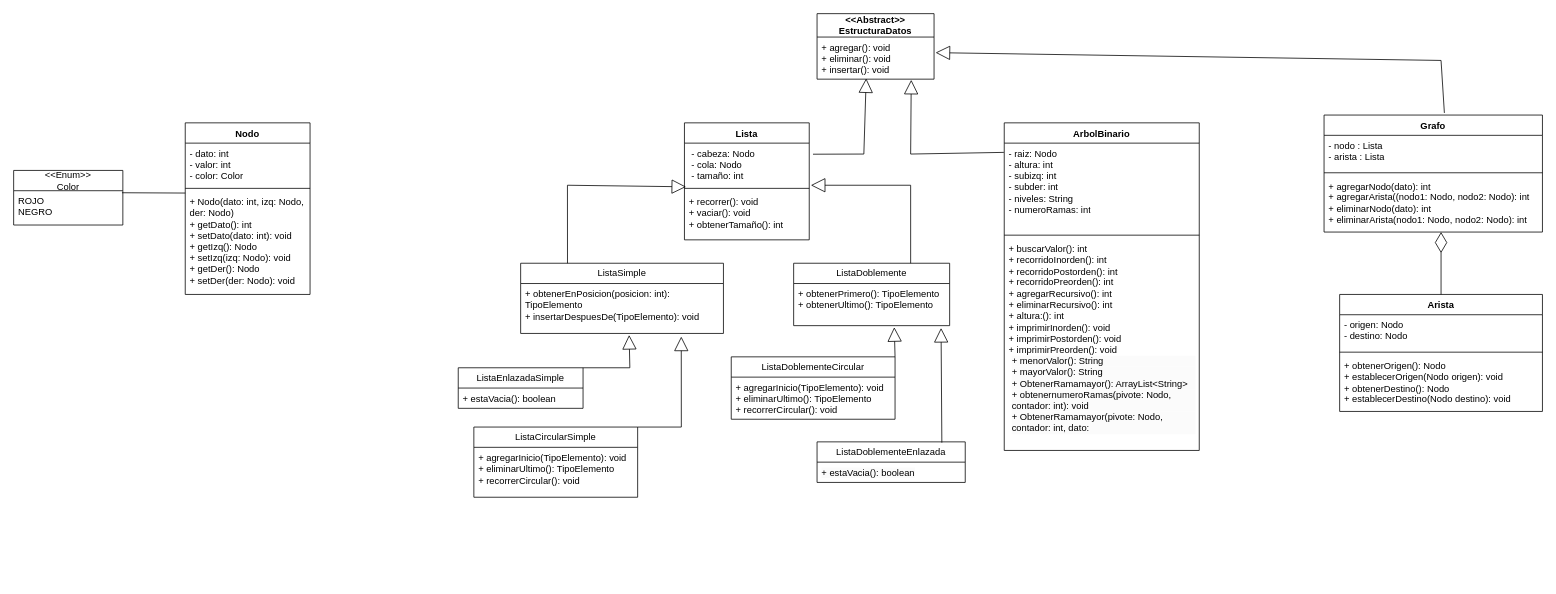
Above: ACD - Estructuras de datos.drawio in Nikooll/ACD---Estructuras-de-datos (draw.io), before the change. Source tidied: cells renumbered, new cells numbered last; positions are measured from the earlier drawing's top-left corner, leaving out a move shared by most shapes. Both pictures are drawn from the tidied source at 78%, with x=0, y=0 at pixel (13, 13).
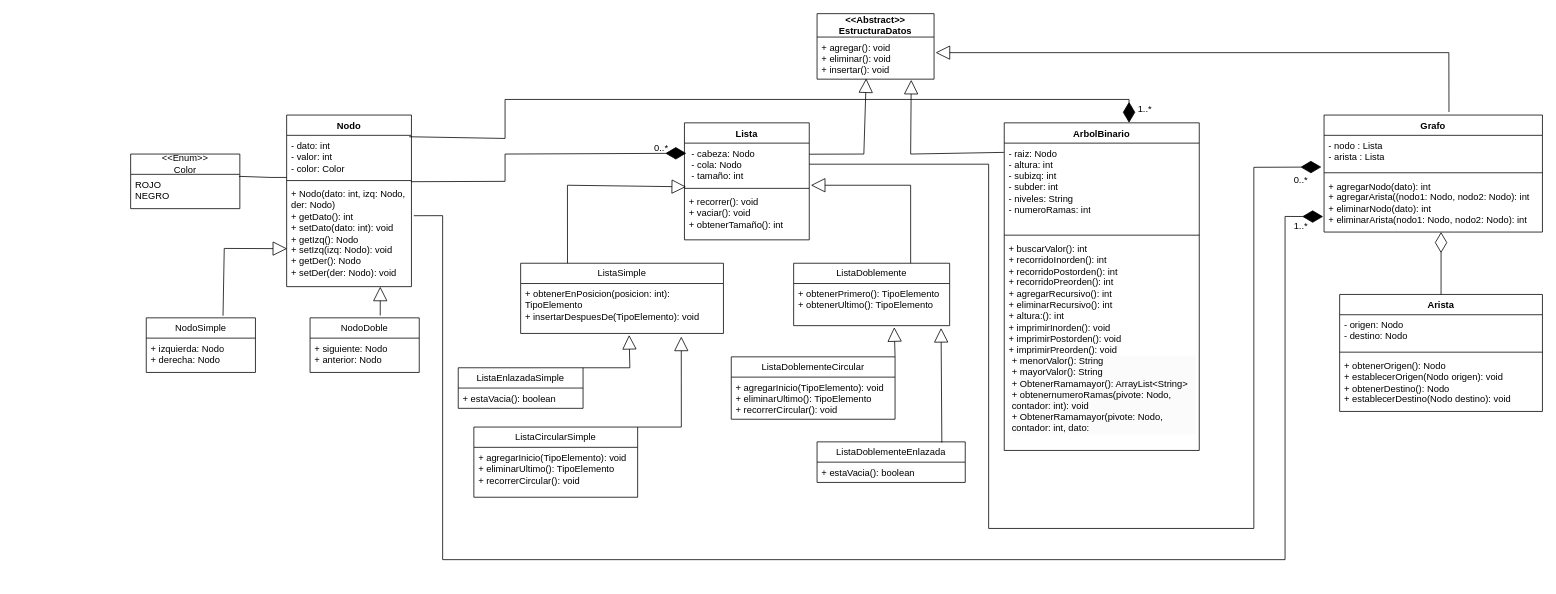
The same page after the edit.

Unchanged cells that the change refers to:
```xml
<mxCell id="9" value="&amp;nbsp;- cabeza: Nodo&lt;br&gt;&lt;div&gt;&amp;nbsp;- cola: Nodo&amp;nbsp;&lt;/div&gt;&lt;div&gt;&amp;nbsp;- tamaño: int&amp;nbsp; &lt;/div&gt;" style="text;strokeColor=none;fillColor=none;align=left;verticalAlign=top;spacingLeft=4;spacingRight=4;overflow=hidden;points=[[0,0.5],[1,0.5]];portConstraint=eastwest;whiteSpace=wrap;html=1;" parent="8" vertex="1">
  <mxGeometry y="26" width="160" height="54" as="geometry" />
</mxCell>
<mxCell id="32" value="Grafo" style="swimlane;fontStyle=1;align=center;verticalAlign=top;horizontal=1;startSize=26;whiteSpace=wrap;html=1;" parent="1" vertex="1">
  <mxGeometry x="1680" y="130" width="280" height="150" as="geometry" />
</mxCell>
<mxCell id="33" value="- nodo : Lista&lt;br&gt;- arista : Lista" style="text;strokeColor=none;fillColor=none;align=left;verticalAlign=top;spacingLeft=4;spacingRight=4;overflow=hidden;points=[[0,0.5],[1,0.5]];portConstraint=eastwest;whiteSpace=wrap;html=1;" parent="32" vertex="1">
  <mxGeometry y="26" width="280" height="44" as="geometry" />
</mxCell>
<mxCell id="35" value="+ agregarNodo(dato): int&lt;br&gt;+ agregarArista((nodo1: Nodo, nodo2: Nodo): int&lt;br&gt;+ eliminarNodo(dato): int&lt;br&gt;+ eliminarArista(nodo1: Nodo, nodo2: Nodo): int" style="text;strokeColor=none;fillColor=none;align=left;verticalAlign=top;spacingLeft=4;spacingRight=4;overflow=hidden;points=[[0,0.5],[1,0.5]];portConstraint=eastwest;whiteSpace=wrap;html=1;" parent="32" vertex="1">
  <mxGeometry y="78" width="280" height="72" as="geometry" />
</mxCell>
<mxCell id="43" value="- dato: int &lt;br&gt;- valor: int&lt;br&gt;- color: Color&lt;div&gt;&lt;br/&gt;&lt;/div&gt;" style="text;strokeColor=none;fillColor=none;align=left;verticalAlign=top;spacingLeft=4;spacingRight=4;overflow=hidden;points=[[0,0.5],[1,0.5]];portConstraint=eastwest;whiteSpace=wrap;html=1;" parent="42" vertex="1">
  <mxGeometry y="26" width="160" height="54" as="geometry" />
</mxCell>
<mxCell id="45" value="+ Nodo(dato: int, izq: Nodo, der: Nodo)&lt;br/&gt;+ getDato(): int&lt;br/&gt;+ setDato(dato: int): void&lt;br/&gt;+ getIzq(): Nodo&lt;br/&gt;+ setIzq(izq: Nodo): void&lt;br/&gt;+ getDer(): Nodo&lt;br/&gt;+ setDer(der: Nodo): void" style="text;strokeColor=none;fillColor=none;align=left;verticalAlign=top;spacingLeft=4;spacingRight=4;overflow=hidden;points=[[0,0.5],[1,0.5]];portConstraint=eastwest;whiteSpace=wrap;html=1;" parent="42" vertex="1">
  <mxGeometry y="88" width="160" height="132" as="geometry" />
</mxCell>
<mxCell id="47" value="&lt;div&gt;ROJO&lt;/div&gt;&lt;div&gt;NEGRO&lt;br&gt;&lt;/div&gt;" style="text;strokeColor=none;fillColor=none;align=left;verticalAlign=top;spacingLeft=4;spacingRight=4;overflow=hidden;points=[[0,0.5],[1,0.5]];portConstraint=eastwest;whiteSpace=wrap;html=1;" parent="46" vertex="1">
  <mxGeometry y="26" width="140" height="44" as="geometry" />
</mxCell>
```

Change to the diagram source:
```diff
@@
-    <mxCell id="30" style="endArrow=block;endSize=16;endFill=0;html=1;rounded=0;exitX=1.03;exitY=0.263;exitDx=0;exitDy=0;exitPerimeter=0;" parent="1" edge="1" source="9">
+    <mxCell id="30" style="endArrow=block;endSize=16;endFill=0;html=1;rounded=0;exitX=1.001;exitY=0.263;exitDx=0;exitDy=0;exitPerimeter=0;" parent="1" edge="1" source="9">
       <mxGeometry relative="1" as="geometry">
         <mxPoint x="1093" y="83" as="targetPoint" />
         <Array as="points">
           <mxPoint x="1090" y="180" />
         </Array>
       </mxGeometry>
     </mxCell>
@@
-    <mxCell id="41" style="endArrow=block;endSize=16;endFill=0;html=1;rounded=0;exitX=0.551;exitY=-0.018;exitDx=0;exitDy=0;exitPerimeter=0;" parent="1" edge="1" source="32">
+    <mxCell id="41" style="endArrow=block;endSize=16;endFill=0;html=1;rounded=0;exitX=0.572;exitY=-0.026;exitDx=0;exitDy=0;exitPerimeter=0;" parent="1" edge="1" source="32">
       <mxGeometry relative="1" as="geometry">
         <mxPoint x="1182" y="50" as="targetPoint" />
         <Array as="points">
-          <mxPoint x="1830" y="60" />
+          <mxPoint x="1840" y="50" />
         </Array>
       </mxGeometry>
     </mxCell>
     <mxCell id="42" value="Nodo" style="swimlane;fontStyle=1;align=center;verticalAlign=top;horizontal=1;startSize=26;whiteSpace=wrap;html=1;" parent="1" vertex="1">
-      <mxGeometry x="220" y="140" width="160" height="220" as="geometry" />
+      <mxGeometry x="350" y="130" width="160" height="220" as="geometry" />
     </mxCell>
@@
     <mxCell id="46" value="&lt;div&gt;&lt;span lang=&quot;es&quot; class=&quot;BxUVEf ILfuVd&quot;&gt;&lt;span class=&quot;hgKElc&quot;&gt;&amp;lt;&lt;/span&gt;&lt;/span&gt;&lt;span lang=&quot;es&quot; class=&quot;BxUVEf ILfuVd&quot;&gt;&lt;span class=&quot;hgKElc&quot;&gt;&amp;lt;Enum&lt;/span&gt;&lt;/span&gt;&lt;span lang=&quot;es&quot; class=&quot;BxUVEf ILfuVd&quot;&gt;&lt;span class=&quot;hgKElc&quot;&gt;&amp;gt;&lt;/span&gt;&lt;/span&gt;&lt;span lang=&quot;es&quot; class=&quot;BxUVEf ILfuVd&quot;&gt;&lt;span class=&quot;hgKElc&quot;&gt;&amp;gt;&lt;/span&gt;&lt;/span&gt;&lt;/div&gt;&lt;span lang=&quot;es&quot; class=&quot;BxUVEf ILfuVd&quot;&gt;&lt;span class=&quot;hgKElc&quot;&gt;Color&lt;/span&gt;&lt;/span&gt;" style="swimlane;fontStyle=0;horizontal=1;startSize=26;fillColor=none;whiteSpace=wrap;html=1;" parent="1" vertex="1">
-      <mxGeometry y="201" width="140" height="70" as="geometry" />
+      <mxGeometry x="150" y="180" width="140" height="70" as="geometry" />
     </mxCell>
@@
     <mxCell id="48" style="endArrow=none;html=1;rounded=0;exitX=0.992;exitY=0.059;exitDx=0;exitDy=0;exitPerimeter=0;" parent="1" edge="1" source="47">
       <mxGeometry relative="1" as="geometry">
-        <mxPoint x="220" y="230" as="targetPoint" />
+        <mxPoint x="350" y="210" as="targetPoint" />
+        <Array as="points">
+          <mxPoint x="330" y="210" />
+        </Array>
       </mxGeometry>
     </mxCell>
+    <mxCell id="49" style="endArrow=diamondThin;endFill=1;endSize=24;html=1;rounded=0;entryX=0.015;entryY=0.241;entryDx=0;entryDy=0;entryPerimeter=0;exitX=0.997;exitY=1.101;exitDx=0;exitDy=0;exitPerimeter=0;" parent="1" edge="1" source="43" target="9">
+      <mxGeometry relative="1" as="geometry">
+        <Array as="points">
+          <mxPoint x="630" y="215" />
+          <mxPoint x="630" y="180" />
+        </Array>
+      </mxGeometry>
+    </mxCell>
+    <mxCell id="50" style="endArrow=diamondThin;endFill=1;endSize=24;html=1;rounded=0;exitX=0.982;exitY=0.034;exitDx=0;exitDy=0;exitPerimeter=0;" parent="1" edge="1" source="43">
+      <mxGeometry relative="1" as="geometry">
+        <mxPoint x="1430" y="140" as="targetPoint" />
+        <Array as="points">
+          <mxPoint x="630" y="160" />
+          <mxPoint x="630" y="110" />
+          <mxPoint x="1430" y="110" />
+        </Array>
+      </mxGeometry>
+    </mxCell>
+    <mxCell id="51" value="NodoDoble" style="swimlane;fontStyle=0;horizontal=1;startSize=26;fillColor=none;whiteSpace=wrap;html=1;" parent="1" vertex="1">
+      <mxGeometry x="380" y="390" width="140" height="70" as="geometry" />
+    </mxCell>
+    <mxCell id="52" value="+ siguiente: Nodo&lt;br&gt;+ anterior: Nodo" style="text;strokeColor=none;fillColor=none;align=left;verticalAlign=top;spacingLeft=4;spacingRight=4;overflow=hidden;whiteSpace=wrap;html=1;" parent="51" vertex="1">
+      <mxGeometry y="26" width="140" height="44" as="geometry" />
+    </mxCell>
+    <mxCell id="53" value="NodoSimple" style="swimlane;fontStyle=0;horizontal=1;startSize=26;fillColor=none;whiteSpace=wrap;html=1;" parent="1" vertex="1">
+      <mxGeometry x="170" y="390" width="140" height="70" as="geometry" />
+    </mxCell>
+    <mxCell id="54" value="+ izquierda: Nodo&lt;br&gt;+ derecha: Nodo" style="text;strokeColor=none;fillColor=none;align=left;verticalAlign=top;spacingLeft=4;spacingRight=4;overflow=hidden;whiteSpace=wrap;html=1;" parent="53" vertex="1">
+      <mxGeometry y="26" width="140" height="44" as="geometry" />
+    </mxCell>
+    <mxCell id="55" style="endArrow=block;endSize=16;endFill=0;html=1;rounded=0;entryX=0.75;entryY=1;entryDx=0;entryDy=0;" parent="1" edge="1" target="42">
+      <mxGeometry relative="1" as="geometry">
+        <mxPoint x="470" y="387" as="sourcePoint" />
+      </mxGeometry>
+    </mxCell>
+    <mxCell id="56" style="endArrow=block;endSize=16;endFill=0;html=1;rounded=0;exitX=0.703;exitY=-0.039;exitDx=0;exitDy=0;entryX=0.004;entryY=0.631;entryDx=0;entryDy=0;entryPerimeter=0;exitPerimeter=0;" parent="1" edge="1" source="53" target="45">
+      <mxGeometry relative="1" as="geometry">
+        <Array as="points">
+          <mxPoint x="270" y="301" />
+        </Array>
+      </mxGeometry>
+    </mxCell>
+    <mxCell id="57" style="endArrow=diamondThin;endFill=1;endSize=24;html=1;rounded=0;exitX=1;exitY=0.5;exitDx=0;exitDy=0;entryX=-0.012;entryY=0.924;entryDx=0;entryDy=0;entryPerimeter=0;" parent="1" edge="1" source="9" target="33">
+      <mxGeometry relative="1" as="geometry">
+        <Array as="points">
+          <mxPoint x="1250" y="193" />
+          <mxPoint x="1250" y="660" />
+          <mxPoint x="1590" y="660" />
+          <mxPoint x="1590" y="197" />
+        </Array>
+      </mxGeometry>
+    </mxCell>
+    <mxCell id="58" style="endArrow=diamondThin;endFill=1;endSize=24;html=1;rounded=0;exitX=1.019;exitY=0.311;exitDx=0;exitDy=0;exitPerimeter=0;entryX=-0.004;entryY=0.725;entryDx=0;entryDy=0;entryPerimeter=0;" parent="1" edge="1" source="45" target="35">
+      <mxGeometry relative="1" as="geometry">
+        <Array as="points">
+          <mxPoint x="550" y="259" />
+          <mxPoint x="550" y="700" />
+          <mxPoint x="1630" y="700" />
+          <mxPoint x="1630" y="260" />
+        </Array>
+      </mxGeometry>
+    </mxCell>
+    <mxCell id="59" value="1..*" style="text;html=1;align=center;verticalAlign=middle;strokeColor=none;fillColor=none;" parent="1" vertex="1">
+      <mxGeometry x="1630" y="258" width="40" height="30" as="geometry" />
+    </mxCell>
+    <mxCell id="60" value="0..*" style="text;html=1;align=center;verticalAlign=middle;strokeColor=none;fillColor=none;" parent="1" vertex="1">
+      <mxGeometry x="1630" y="198" width="40" height="30" as="geometry" />
+    </mxCell>
+    <mxCell id="61" value="1..*" style="text;html=1;align=center;verticalAlign=middle;strokeColor=none;fillColor=none;" parent="1" vertex="1">
+      <mxGeometry x="1430" y="108" width="40" height="30" as="geometry" />
+    </mxCell>
+    <mxCell id="62" value="0..*" style="text;html=1;align=center;verticalAlign=middle;strokeColor=none;fillColor=none;" parent="1" vertex="1">
+      <mxGeometry x="810" y="158" width="40" height="30" as="geometry" />
+    </mxCell>
```
